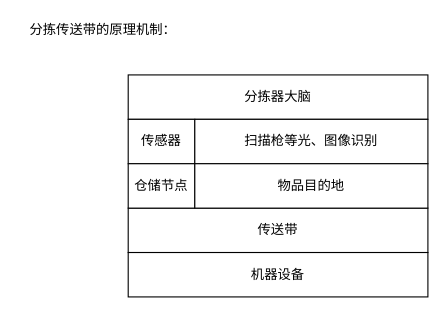
Earlier version of the draw.io diagram 分拣原理及机制.drawio (UTOUUCENTER-CD/draw.io). Source tidied: cells renumbered, new cells numbered last; positions are measured from the earlier drawing's top-left corner, leaving out a move shared by most shapes. Both pictures are drawn from the tidied source at 111%, with x=0, y=0 at pixel (19, 19).
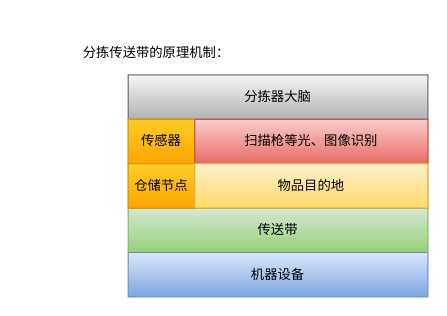
The same page after the edit.

Commit message:
更新分拣原理及机制.drawio

The edit, as a diff of the source:
```diff
@@
 <mxGraphModel>
   <root>
     <mxCell id="0" />
     <mxCell id="1" parent="0" />
-    <mxCell id="2" value="分拣器大脑" style="rounded=0;whiteSpace=wrap;html=1;" parent="1" vertex="1">
+    <mxCell id="2" value="分拣器大脑" style="rounded=0;whiteSpace=wrap;html=1;fillColor=#f5f5f5;gradientColor=#b3b3b3;strokeColor=#666666;" parent="1" vertex="1">
       <mxGeometry x="98" y="50" width="270" height="40" as="geometry" />
     </mxCell>
     <mxCell id="3" value="分拣传送带的原理机制：" style="text;html=1;align=center;verticalAlign=middle;" parent="1" vertex="1">
-      <mxGeometry width="150" height="20" as="geometry" />
+      <mxGeometry x="48" y="20" width="150" height="20" as="geometry" />
     </mxCell>
-    <mxCell id="4" value="传送带" style="rounded=0;whiteSpace=wrap;html=1;" parent="1" vertex="1">
+    <mxCell id="4" value="传送带" style="rounded=0;whiteSpace=wrap;html=1;fillColor=#d5e8d4;gradientColor=#97d077;strokeColor=#82b366;" parent="1" vertex="1">
       <mxGeometry x="98" y="170" width="270" height="40" as="geometry" />
     </mxCell>
-    <mxCell id="5" value="机器设备" style="rounded=0;whiteSpace=wrap;html=1;" parent="1" vertex="1">
+    <mxCell id="5" value="机器设备" style="rounded=0;whiteSpace=wrap;html=1;fillColor=#dae8fc;gradientColor=#7ea6e0;strokeColor=#6c8ebf;" parent="1" vertex="1">
       <mxGeometry x="98" y="210" width="270" height="40" as="geometry" />
     </mxCell>
-    <mxCell id="6" style="group;" parent="1" vertex="1">
+    <mxCell id="6" style="group;fillColor=#ffcd28;gradientColor=#ffa500;strokeColor=#d79b00;" parent="1" vertex="1">
       <mxGeometry x="98" y="90" width="270" height="40" as="geometry" />
     </mxCell>
-    <mxCell id="7" value="传感器" style="rounded=0;whiteSpace=wrap;html=1;" parent="6" vertex="1">
+    <mxCell id="7" value="传感器" style="rounded=0;whiteSpace=wrap;html=1;fillColor=#ffcd28;gradientColor=#ffa500;strokeColor=#d79b00;" parent="6" vertex="1">
       <mxGeometry width="60" height="40" as="geometry" />
     </mxCell>
-    <mxCell id="8" value="&lt;span style=&quot;text-align: left ; white-space: nowrap&quot;&gt;扫描枪等光、图像识别&lt;/span&gt;" style="rounded=0;whiteSpace=wrap;html=1;" parent="6" vertex="1">
+    <mxCell id="8" value="&lt;span style=&quot;text-align: left ; white-space: nowrap&quot;&gt;扫描枪等光、图像识别&lt;/span&gt;" style="rounded=0;whiteSpace=wrap;html=1;fillColor=#f8cecc;gradientColor=#ea6b66;strokeColor=#b85450;" parent="6" vertex="1">
       <mxGeometry x="60" width="210" height="40" as="geometry" />
     </mxCell>
-    <mxCell id="9" style="group;" parent="1" vertex="1">
+    <mxCell id="9" style="group;fillColor=#ffcd28;gradientColor=#ffa500;strokeColor=#d79b00;" parent="1" vertex="1">
       <mxGeometry x="98" y="130" width="270" height="40" as="geometry" />
     </mxCell>
-    <mxCell id="10" value="仓储节点" style="rounded=0;whiteSpace=wrap;html=1;" parent="9" vertex="1">
+    <mxCell id="10" value="仓储节点" style="rounded=0;whiteSpace=wrap;html=1;fillColor=#ffcd28;gradientColor=#ffa500;strokeColor=#d79b00;" parent="9" vertex="1">
       <mxGeometry width="60" height="40" as="geometry" />
     </mxCell>
-    <mxCell id="11" value="物品目的地" style="rounded=0;whiteSpace=wrap;html=1;" parent="9" vertex="1">
+    <mxCell id="11" value="物品目的地" style="rounded=0;whiteSpace=wrap;html=1;fillColor=#fff2cc;gradientColor=#ffd966;strokeColor=#d6b656;" parent="9" vertex="1">
       <mxGeometry x="60" width="210" height="40" as="geometry" />
     </mxCell>
   </root>
 </mxGraphModel>
```
